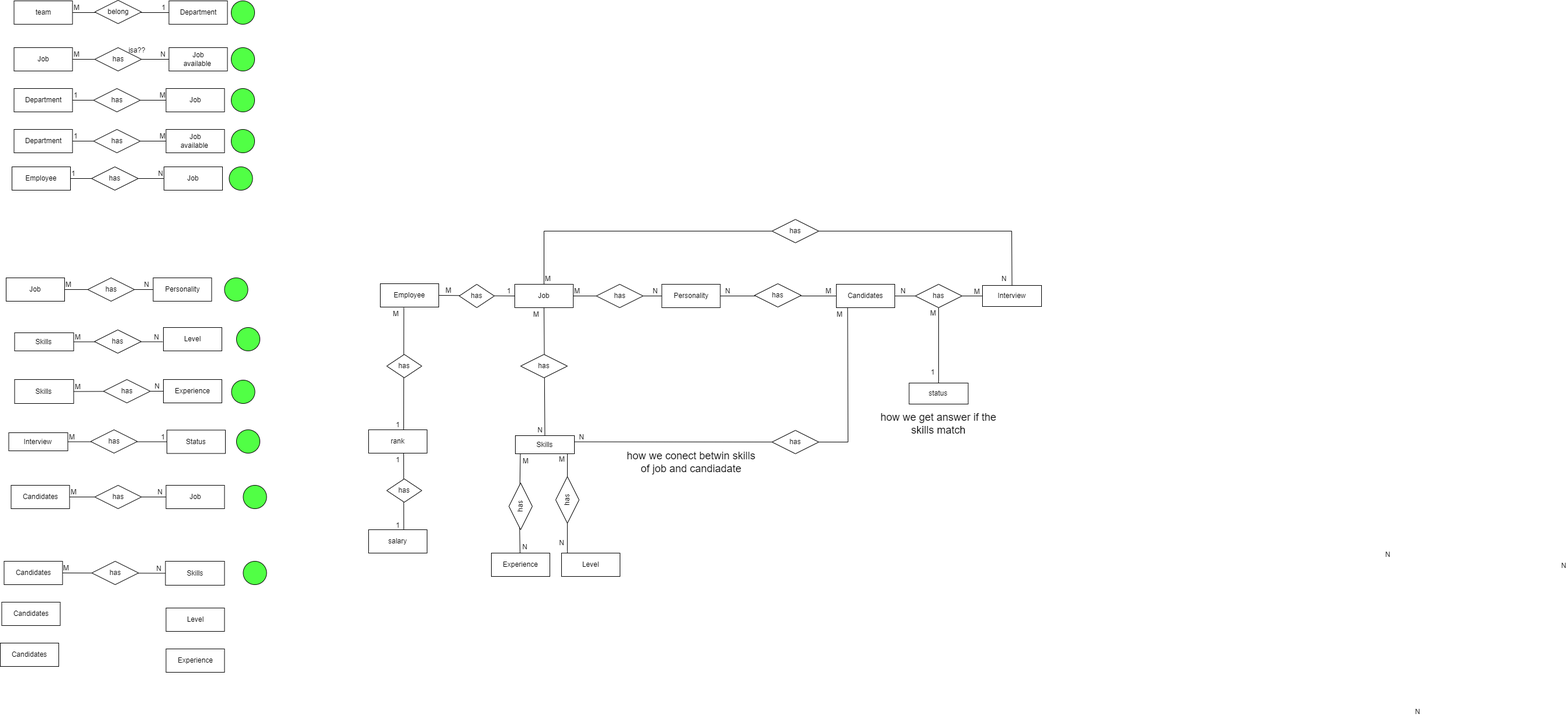
Earlier version of the draw.io export HRDiagram.drawio.png (oran950/DataBase_ERD). Source tidied: cells renumbered, new cells last; positions are measured from the earlier drawing's top-left corner, leaving out a move shared by most shapes.
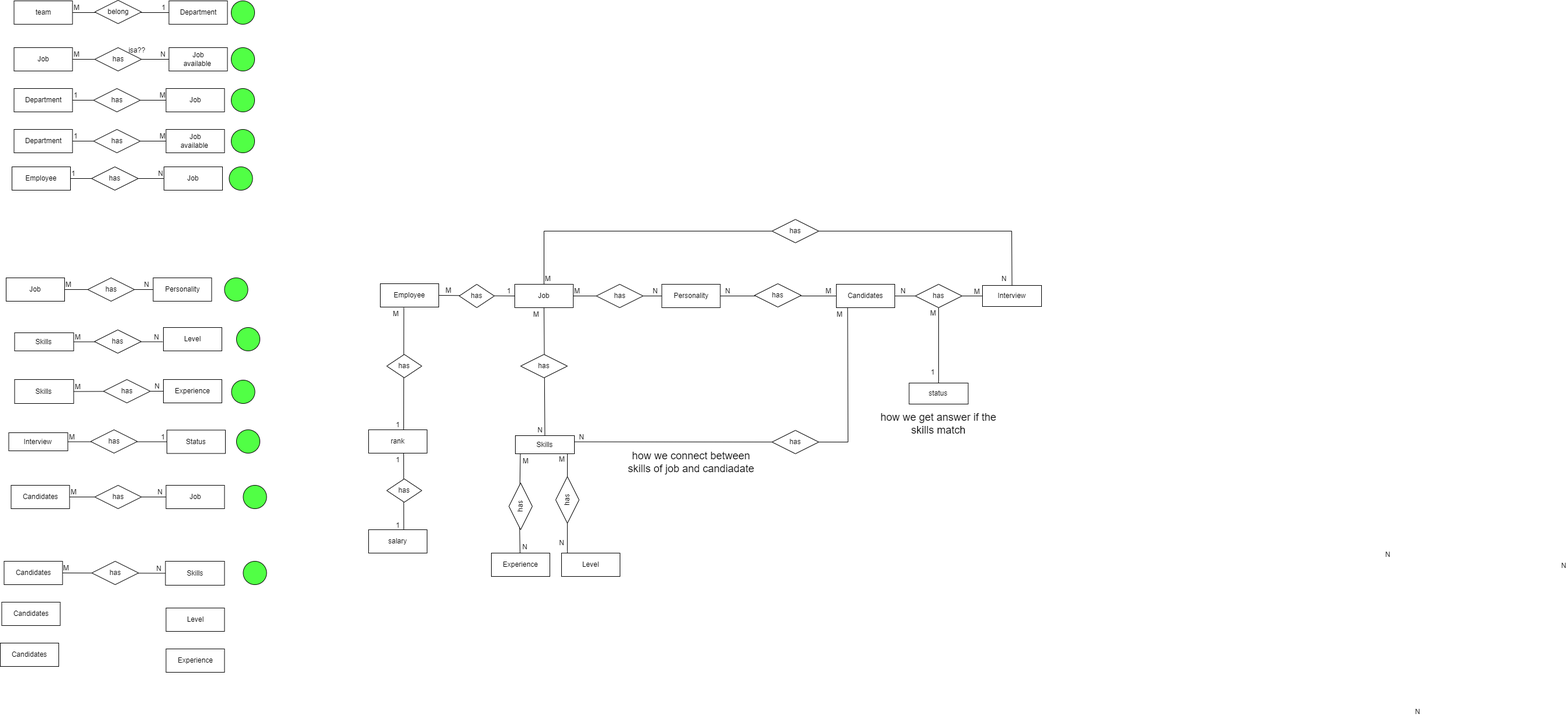
Above is the later version.

Diff of the diagram source:
```diff
@@ -528,7 +528,7 @@
     <mxCell id="146" value="has" style="shape=rhombus;perimeter=rhombusPerimeter;whiteSpace=wrap;html=1;align=center;" parent="1" vertex="1">
       <mxGeometry x="1320" y="375" width="80" height="40" as="geometry" />
     </mxCell>
-    <mxCell id="147" value="&lt;font style=&quot;font-size: 18px;&quot;&gt;how we conect betwin skills of job and candiadate&lt;/font&gt;" style="text;html=1;strokeColor=none;fillColor=none;align=center;verticalAlign=middle;whiteSpace=wrap;rounded=0;" parent="1" vertex="1">
+    <mxCell id="147" value="&lt;font style=&quot;font-size: 18px;&quot;&gt;how we connect between skills of job and candiadate&lt;/font&gt;" style="text;html=1;strokeColor=none;fillColor=none;align=center;verticalAlign=middle;whiteSpace=wrap;rounded=0;" parent="1" vertex="1">
       <mxGeometry x="1066.5" y="776" width="230" height="30" as="geometry" />
     </mxCell>
     <mxCell id="148" value="&lt;font style=&quot;font-size: 18px;&quot;&gt;how we get answer if the skills match&lt;/font&gt;" style="text;html=1;strokeColor=none;fillColor=none;align=center;verticalAlign=middle;whiteSpace=wrap;rounded=0;" parent="1" vertex="1">
```
